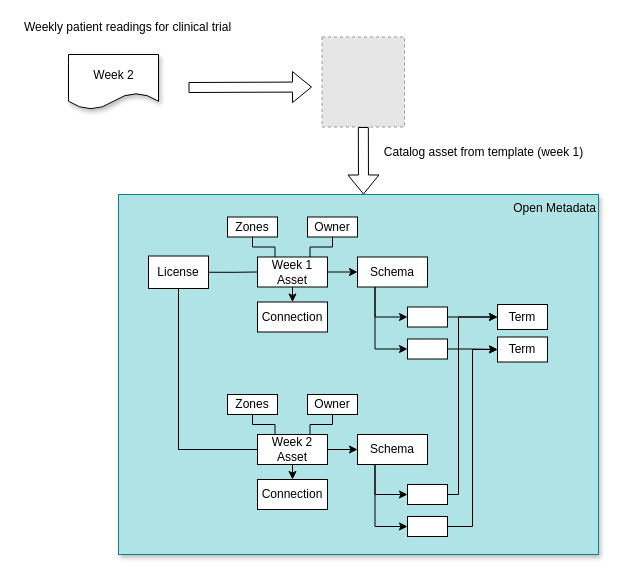
Before: page "Week 2" (2 of 15) of site/docs/features/templated-cataloguing/templated-cataloguing.drawio in odpi/egeria-docs, a draw.io diagram. Source tidied: cells renumbered, new cells numbered last; positions are measured from the earlier drawing's top-left corner, leaving out a move shared by most shapes. Both pictures are drawn from the tidied source at 100%, with x=0, y=0 at pixel (17, 16). Pictures stored in the file or linked from it are replaced by grey dashed boxes.
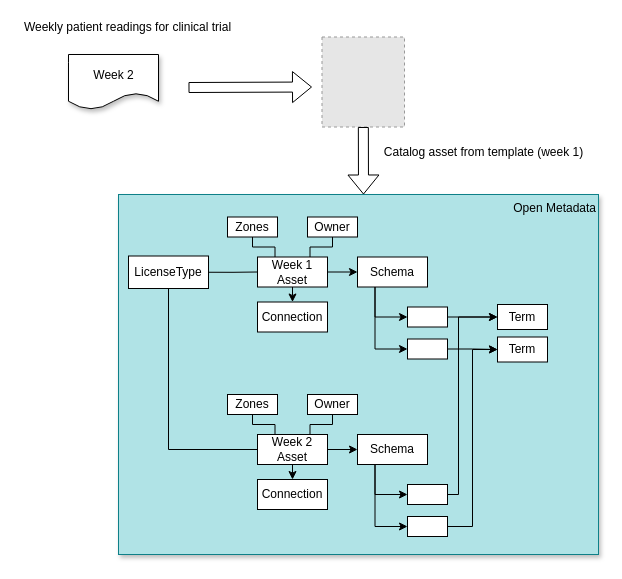
After the change.

The edit, as a diff of the source:
```diff
@@
-    <mxCell id="38" value="License" style="rounded=0;whiteSpace=wrap;html=1;" parent="1" vertex="1">
-      <mxGeometry x="131" y="239.5" width="60" height="32.5" as="geometry" />
+    <mxCell id="38" value="LicenseType" style="rounded=0;whiteSpace=wrap;html=1;" parent="1" vertex="1">
+      <mxGeometry x="111" y="239.5" width="80" height="32.5" as="geometry" />
     </mxCell>
```
